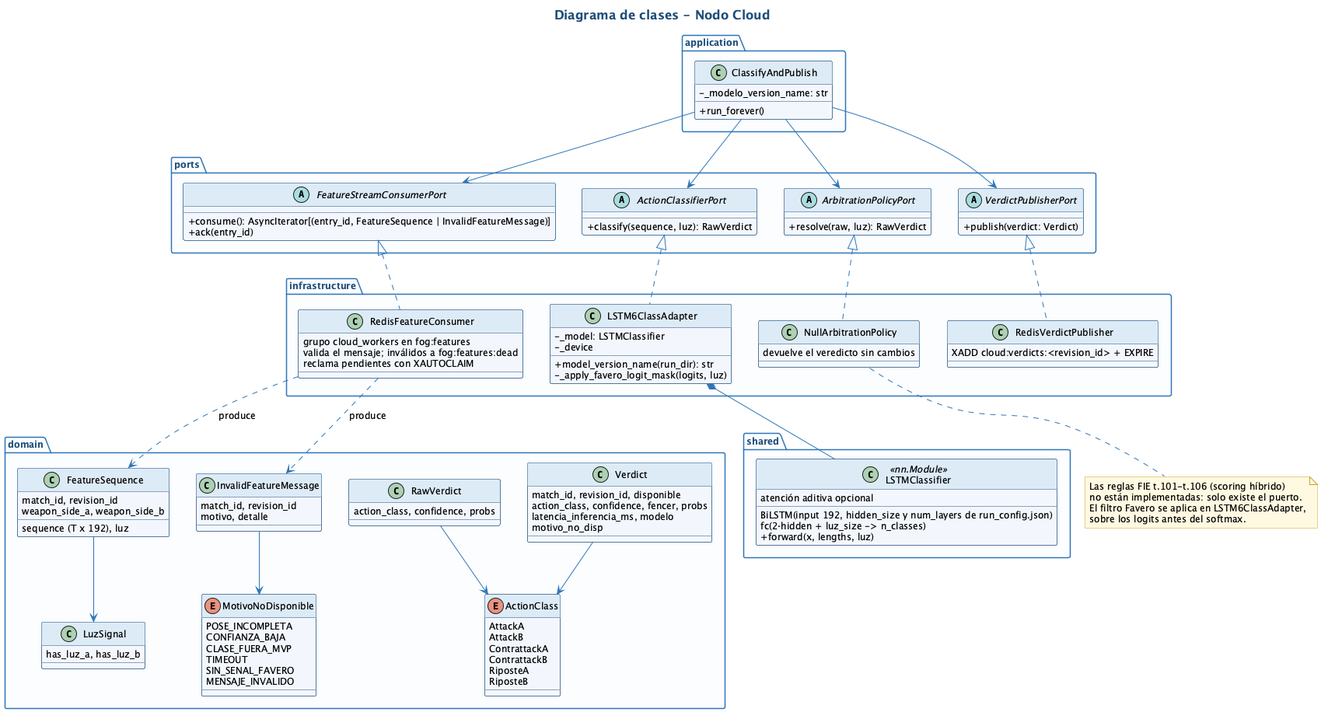
nicolaszagal/SaberAITesis keeps this PlantUML diagram as docs/uml/UML2_Clases_Cloud.png. Above is the earlier version.
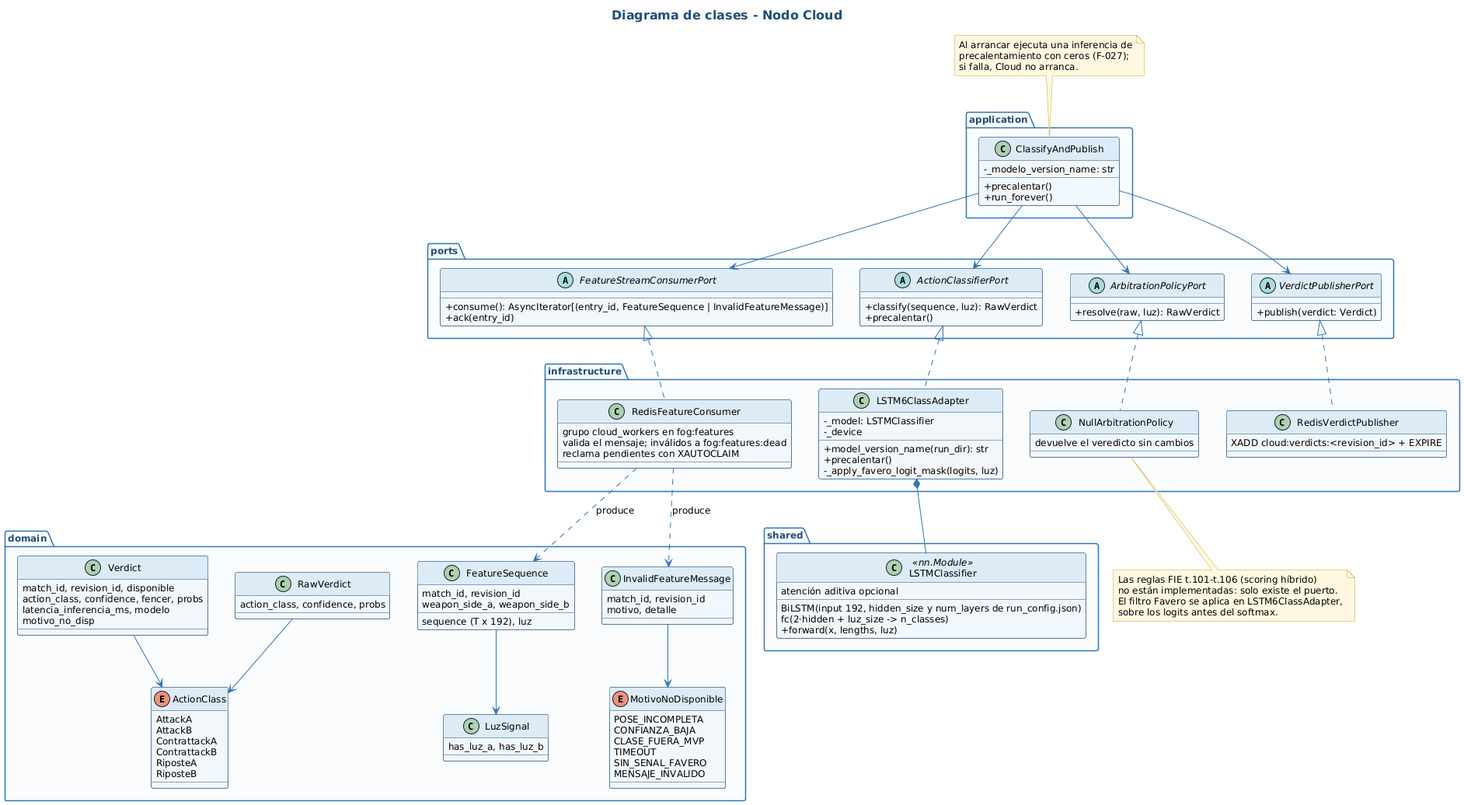
Above is the later version.

The edit, as a diff of the source:
```diff
@@ -4,6 +4,7 @@
 package "application" {
   class ClassifyAndPublish {
     -_modelo_version_name: str
+    +precalentar()
     +run_forever()
   }
 }
@@ -14,6 +15,7 @@
   }
   abstract class ActionClassifierPort {
     +classify(sequence, luz): RawVerdict
+    +precalentar()
   }
   abstract class ArbitrationPolicyPort {
     +resolve(raw, luz): RawVerdict
@@ -32,6 +34,7 @@
     -_model: LSTMClassifier
     -_device
     +model_version_name(run_dir): str
+    +precalentar()
     -_apply_favero_logit_mask(logits, luz)
   }
   class NullArbitrationPolicy {
@@ -103,5 +106,6 @@
 FeatureSequence --> LuzSignal
 RawVerdict --> ActionClass
 Verdict --> ActionClass
+note top of ClassifyAndPublish : Al arrancar ejecuta una inferencia de\nprecalentamiento con ceros (F-027);\nsi falla, Cloud no arranca.
 note bottom of NullArbitrationPolicy : Las reglas FIE t.101-t.106 (scoring híbrido)\nno están implementadas: solo existe el puerto.\nEl filtro Favero se aplica en LSTM6ClassAdapter,\nsobre los logits antes del softmax.
 @enduml
```
